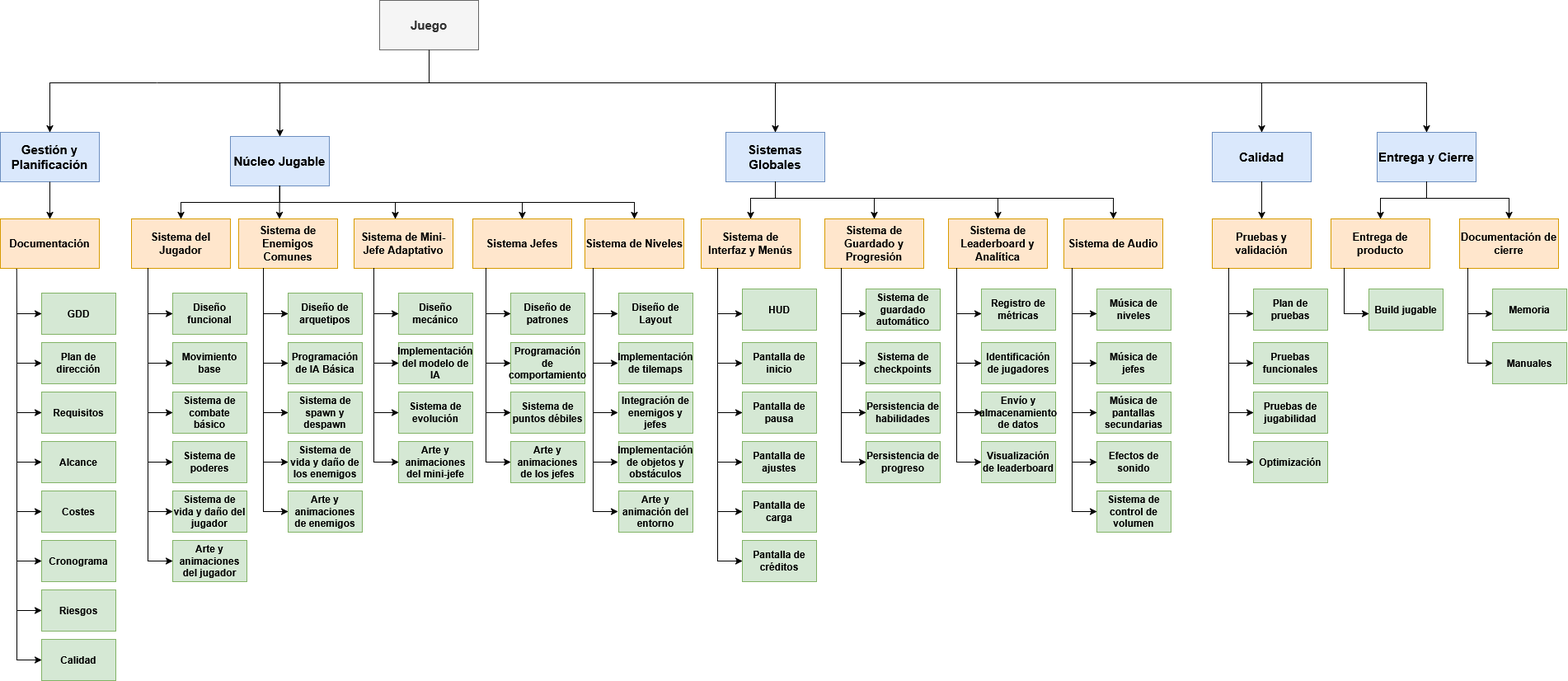
This is Documentacion/Planificacion/Lineas Base/EDT.png from javsorbla/tfg-rotlc, a draw.io export, as it was before one commit. Source tidied: cells renumbered, new cells last; positions are measured from the earlier drawing's top-left corner, leaving out a move shared by most shapes.
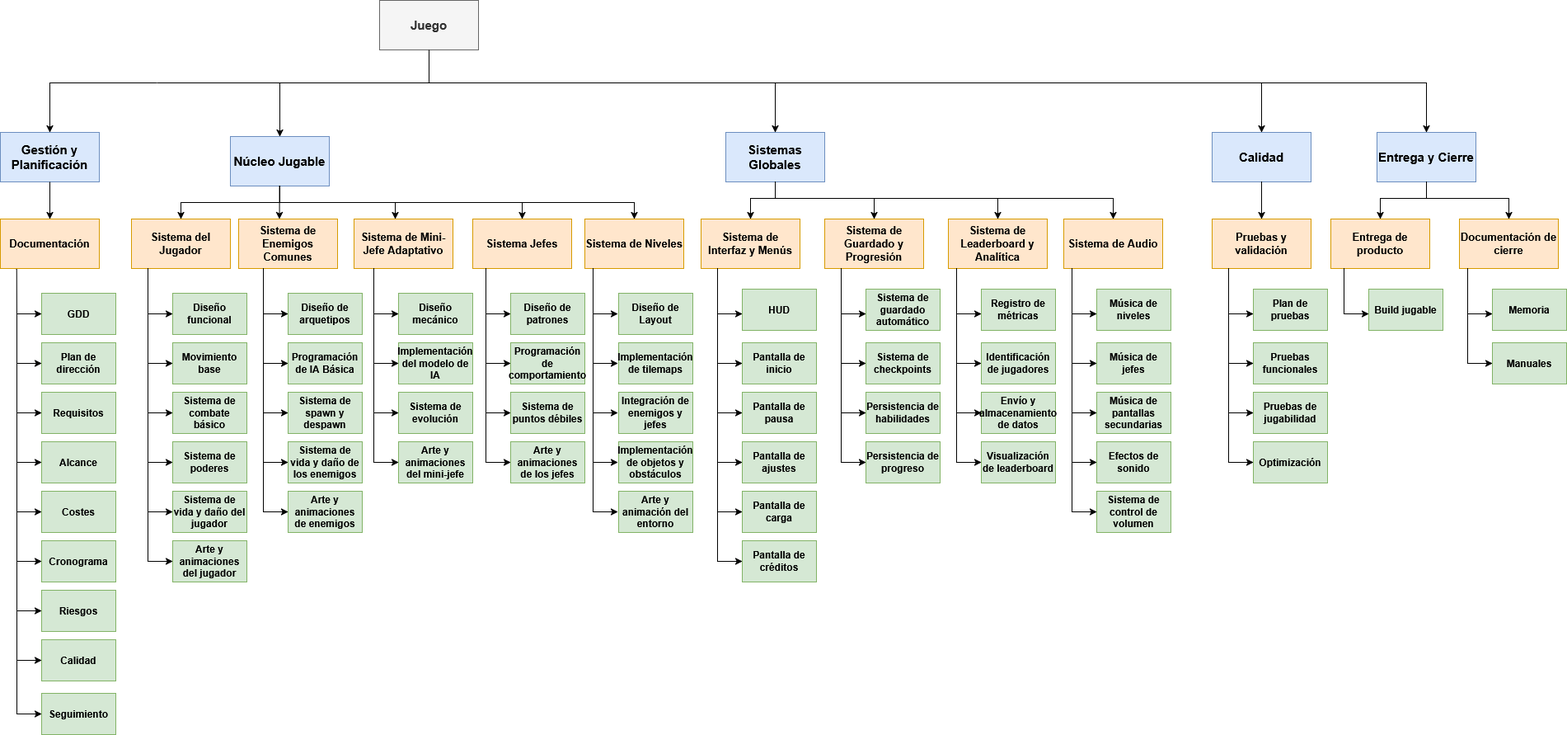
Later version of the same file.

Commit message:
docs: añadir paquete a la edt

The edit, as a diff of the source:
```diff
@@ -902,5 +902,16 @@
         </Array>
       </mxGeometry>
     </mxCell>
+    <mxCell id="157" style="endArrow=classic;html=1;rounded=0;entryX=0;entryY=0.5;entryDx=0;entryDy=0;" parent="1" edge="1" target="158">
+      <mxGeometry relative="1" as="geometry">
+        <mxPoint x="20" y="790" as="sourcePoint" />
+        <Array as="points">
+          <mxPoint x="20" y="865" />
+        </Array>
+      </mxGeometry>
+    </mxCell>
+    <mxCell id="158" value="&lt;b&gt;Seguimiento&lt;/b&gt;" style="rounded=0;whiteSpace=wrap;html=1;fillColor=#d5e8d4;strokeColor=#82b366;" parent="1" vertex="1">
+      <mxGeometry x="50" y="840" width="90" height="50" as="geometry" />
+    </mxCell>
   </root>
 </mxGraphModel>
```
